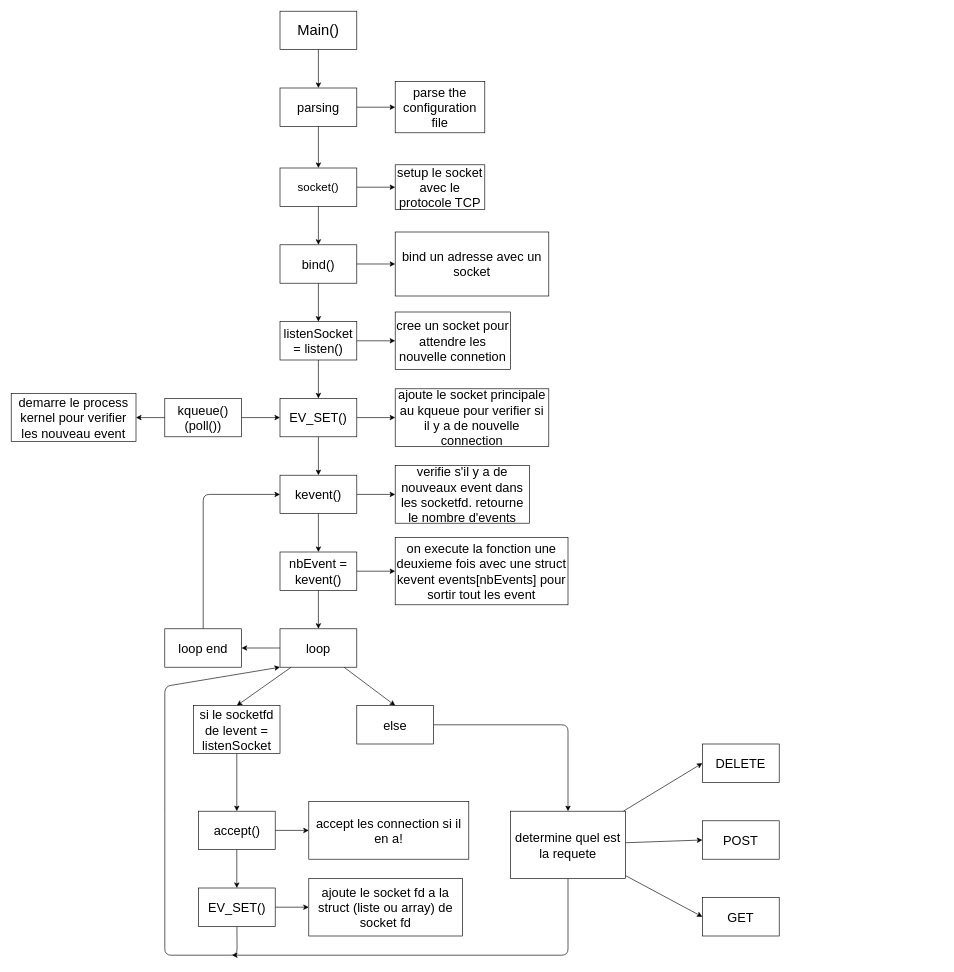
Before: schematic/webserver.drawio in ztrottie/Webserv, a draw.io diagram. Source tidied: cells renumbered, new cells numbered last; positions are measured from the earlier drawing's top-left corner, leaving out a move shared by most shapes. Both pictures are drawn from the tidied source at 64%, with x=0, y=0 at pixel (11, 11).
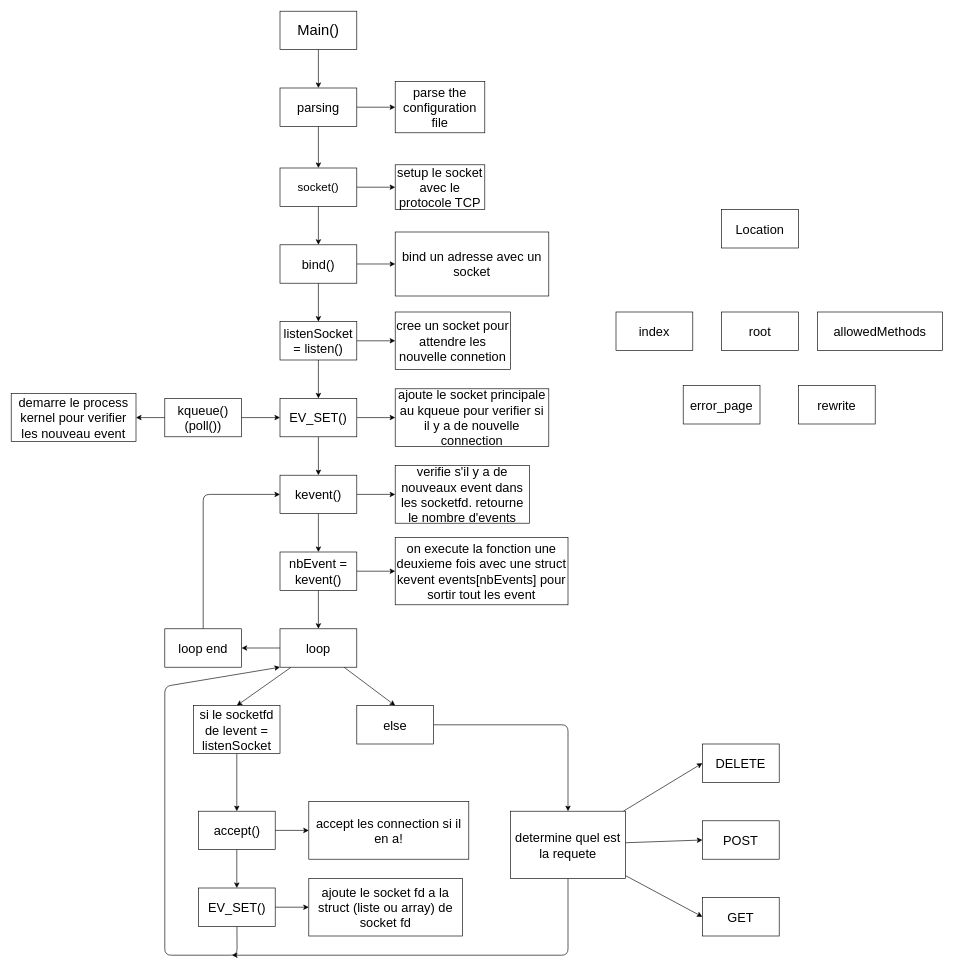
Above is the later version.

Diff of the diagram source:
```diff
@@
+    <mxCell id="63" value="&lt;span style=&quot;font-size: 20px;&quot;&gt;Location&lt;/span&gt;" style="whiteSpace=wrap;html=1;" parent="1" vertex="1">
+      <mxGeometry x="1110" y="310" width="120" height="60" as="geometry" />
+    </mxCell>
+    <mxCell id="64" value="&lt;span style=&quot;font-size: 20px;&quot;&gt;index&lt;br&gt;&lt;/span&gt;" style="whiteSpace=wrap;html=1;" parent="1" vertex="1">
+      <mxGeometry x="945" y="470" width="120" height="60" as="geometry" />
+    </mxCell>
+    <mxCell id="65" value="root" style="whiteSpace=wrap;html=1;fontSize=20;" parent="1" vertex="1">
+      <mxGeometry x="1110" y="470" width="120" height="60" as="geometry" />
+    </mxCell>
+    <mxCell id="66" value="allowedMethods" style="whiteSpace=wrap;html=1;fontSize=20;" parent="1" vertex="1">
+      <mxGeometry x="1260" y="470" width="195" height="60" as="geometry" />
+    </mxCell>
+    <mxCell id="67" value="error_page" style="whiteSpace=wrap;html=1;fontSize=20;" parent="1" vertex="1">
+      <mxGeometry x="1050" y="585" width="120" height="60" as="geometry" />
+    </mxCell>
+    <mxCell id="68" value="rewrite&lt;br&gt;" style="whiteSpace=wrap;html=1;fontSize=20;" parent="1" vertex="1">
+      <mxGeometry x="1230" y="585" width="120" height="60" as="geometry" />
+    </mxCell>
```
